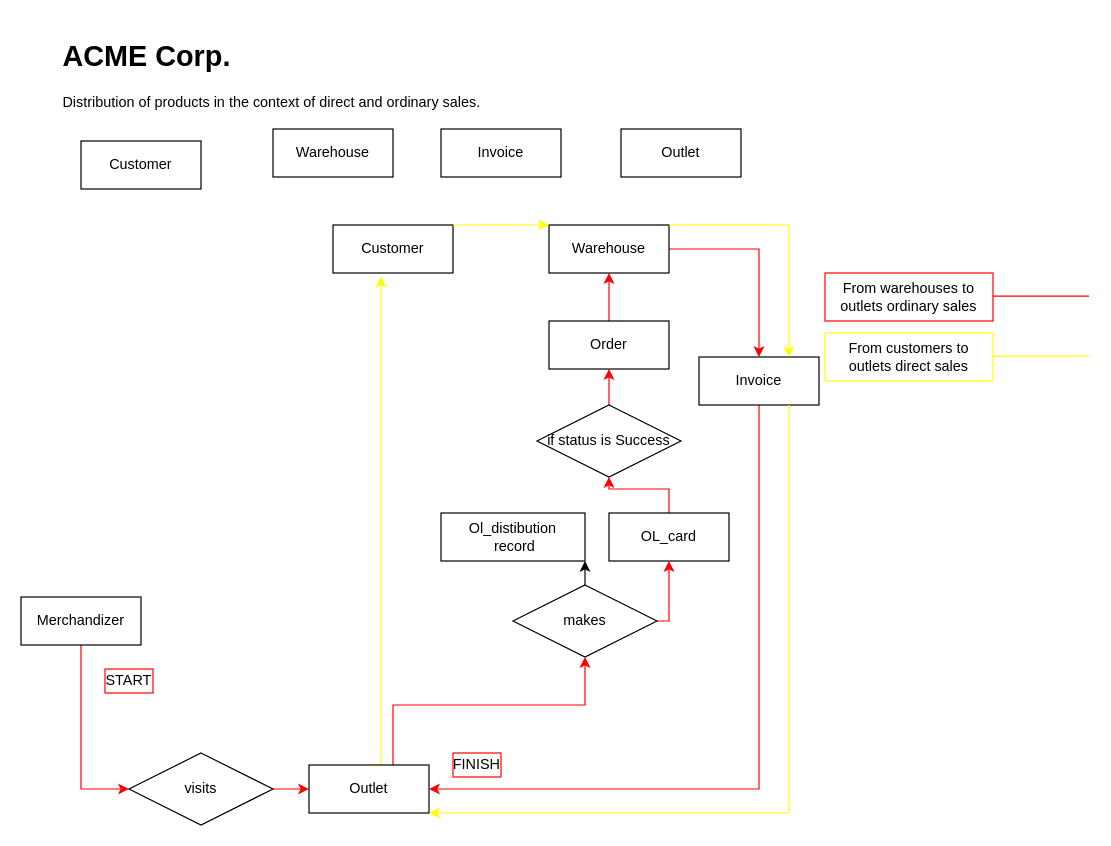
Before: Business process_17.drawio in Emma664/World-population, a draw.io diagram. Source tidied: cells renumbered, new cells numbered last; positions are measured from the earlier drawing's top-left corner, leaving out a move shared by most shapes. Both pictures are drawn from the tidied source at 120%, with x=0, y=0 at pixel (20, 32).
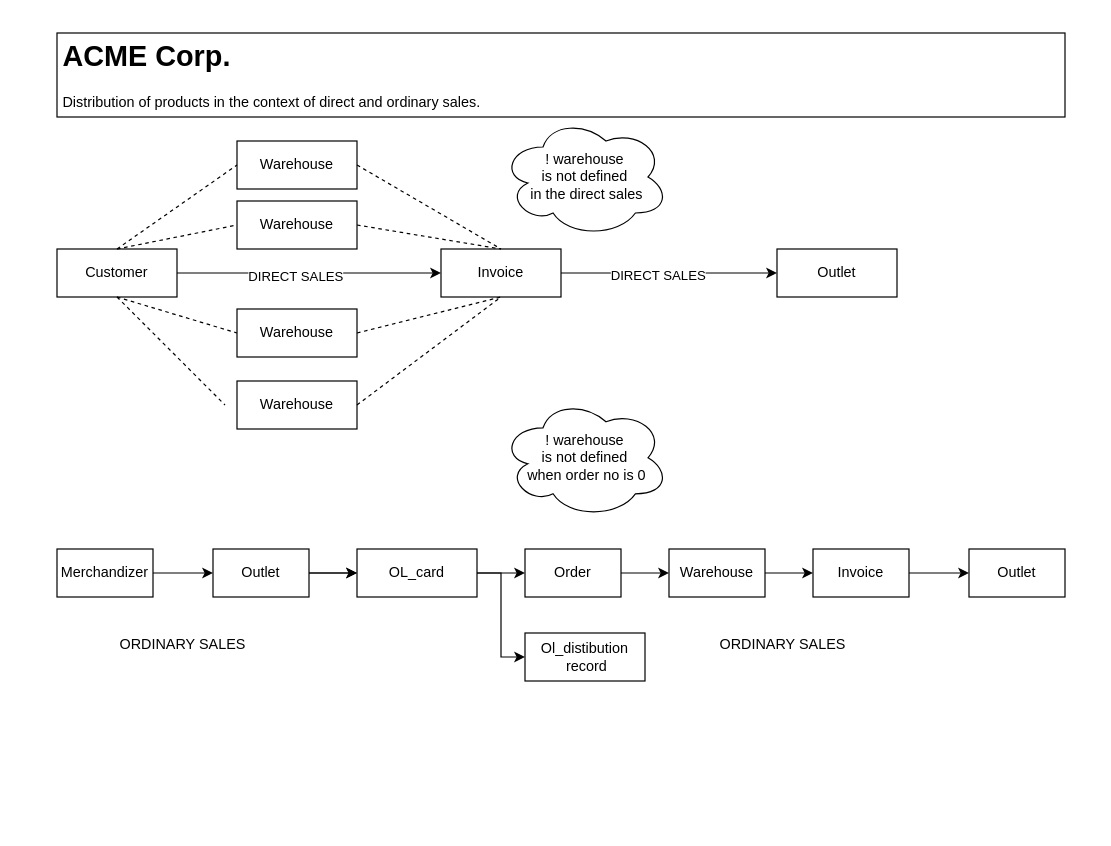
The same page after the edit.

What changed in the source:
```diff
@@
-    <mxCell id="2" style="edgeStyle=orthogonalEdgeStyle;rounded=0;jettySize=auto;html=1;strokeColor=#FF0000;entryX=0;entryY=0.5;entryDx=0;entryDy=0;" parent="1" edge="1" source="3" target="10">
-      <mxGeometry relative="1" as="geometry">
-        <Array as="points">
-          <mxPoint x="50" y="630" />
-        </Array>
-      </mxGeometry>
-    </mxCell>
+    <mxCell id="38" style="edgeStyle=orthogonalEdgeStyle;rounded=0;jettySize=auto;html=1;" parent="1" edge="1" source="3" target="22">
+      <mxGeometry relative="1" as="geometry" />
+    </mxCell>
     <mxCell id="3" value="Merchandizer" style="whiteSpace=wrap;html=1;align=center;" parent="1" vertex="1">
-      <mxGeometry y="470" width="100" height="40" as="geometry" />
+      <mxGeometry x="30" y="430" width="80" height="40" as="geometry" />
     </mxCell>
-    <mxCell id="4" style="edgeStyle=orthogonalEdgeStyle;rounded=0;jettySize=auto;html=1;strokeColor=#FF0000;" parent="1" edge="1" source="5" target="12">
-      <mxGeometry relative="1" as="geometry" />
-    </mxCell>
-    <mxCell id="5" value="OL_card" style="whiteSpace=wrap;html=1;align=center;" parent="1" vertex="1">
-      <mxGeometry x="490" y="400" width="100" height="40" as="geometry" />
-    </mxCell>
+    <mxCell id="39" style="edgeStyle=orthogonalEdgeStyle;rounded=0;jettySize=auto;html=1;" parent="1" edge="1" source="5" target="7">
+      <mxGeometry relative="1" as="geometry" />
+    </mxCell>
-    <mxCell id="6" style="edgeStyle=orthogonalEdgeStyle;rounded=0;jettySize=auto;html=1;entryX=0.5;entryY=1;entryDx=0;entryDy=0;strokeColor=#FF0000;" parent="1" edge="1" source="7" target="9">
+    <mxCell id="6" style="edgeStyle=orthogonalEdgeStyle;rounded=0;jettySize=auto;html=1;" parent="1" edge="1" source="7" target="9">
       <mxGeometry relative="1" as="geometry" />
     </mxCell>
     <mxCell id="7" value="Order" style="whiteSpace=wrap;html=1;align=center;" parent="1" vertex="1">
-      <mxGeometry x="440" y="240" width="100" height="40" as="geometry" />
+      <mxGeometry x="420" y="430" width="80" height="40" as="geometry" />
     </mxCell>
-    <mxCell id="8" style="edgeStyle=orthogonalEdgeStyle;rounded=0;jettySize=auto;html=1;entryX=0.5;entryY=0;entryDx=0;entryDy=0;strokeColor=#FF0000;" parent="1" edge="1" source="9" target="18">
-      <mxGeometry relative="1" as="geometry" />
-    </mxCell>
+    <mxCell id="40" style="edgeStyle=orthogonalEdgeStyle;rounded=0;jettySize=auto;html=1;entryX=0;entryY=0.5;entryDx=0;entryDy=0;" parent="1" edge="1" source="9" target="18">
+      <mxGeometry relative="1" as="geometry" />
+    </mxCell>
     <mxCell id="9" value="Warehouse" style="whiteSpace=wrap;html=1;align=center;" parent="1" vertex="1">
-      <mxGeometry x="440" y="160" width="100" height="40" as="geometry" />
+      <mxGeometry x="540" y="430" width="80" height="40" as="geometry" />
     </mxCell>
-    <mxCell id="10" value="visits" style="shape=rhombus;perimeter=rhombusPerimeter;whiteSpace=wrap;html=1;align=center;" parent="1" vertex="1">
-      <mxGeometry x="90" y="600" width="120" height="60" as="geometry" />
-    </mxCell>
-    <mxCell id="11" style="edgeStyle=orthogonalEdgeStyle;rounded=0;jettySize=auto;html=1;strokeColor=#FF0000;entryX=0.5;entryY=1;entryDx=0;entryDy=0;" parent="1" edge="1" source="12" target="7">
-      <mxGeometry relative="1" as="geometry" />
-    </mxCell>
-    <mxCell id="12" value="if status is Success" style="shape=rhombus;perimeter=rhombusPerimeter;whiteSpace=wrap;html=1;align=center;" parent="1" vertex="1">
-      <mxGeometry x="430" y="310" width="120" height="60" as="geometry" />
-    </mxCell>
     <mxCell id="13" value="Ol_distibution&lt;br&gt;&amp;nbsp;record" style="whiteSpace=wrap;html=1;" parent="1" vertex="1">
-      <mxGeometry x="350" y="400" width="120" height="40" as="geometry" />
+      <mxGeometry x="420" y="500" width="100" height="40" as="geometry" />
     </mxCell>
-    <mxCell id="14" style="edgeStyle=orthogonalEdgeStyle;rounded=0;jettySize=auto;html=1;entryX=0.5;entryY=1;entryDx=0;entryDy=0;strokeColor=#FF0000;" parent="1" edge="1" source="16" target="5">
-      <mxGeometry relative="1" as="geometry">
-        <Array as="points">
-          <mxPoint x="470" y="490" />
-          <mxPoint x="540" y="490" />
-        </Array>
-      </mxGeometry>
-    </mxCell>
-    <mxCell id="15" style="edgeStyle=orthogonalEdgeStyle;rounded=0;jettySize=auto;html=1;strokeColor=#000000;" parent="1" edge="1" source="16" target="13">
-      <mxGeometry relative="1" as="geometry">
-        <Array as="points">
-          <mxPoint x="410" y="480" />
-        </Array>
-      </mxGeometry>
-    </mxCell>
-    <mxCell id="16" value="makes" style="shape=rhombus;perimeter=rhombusPerimeter;whiteSpace=wrap;html=1;align=center;" parent="1" vertex="1">
-      <mxGeometry x="410" y="460" width="120" height="60" as="geometry" />
-    </mxCell>
-    <mxCell id="17" style="edgeStyle=orthogonalEdgeStyle;rounded=0;jettySize=auto;html=1;entryX=1;entryY=0.5;entryDx=0;entryDy=0;strokeColor=#FF0000;" parent="1" edge="1" source="18" target="22">
-      <mxGeometry relative="1" as="geometry">
-        <Array as="points">
-          <mxPoint x="615" y="630" />
-        </Array>
-      </mxGeometry>
-    </mxCell>
+    <mxCell id="41" style="edgeStyle=orthogonalEdgeStyle;rounded=0;jettySize=auto;html=1;" parent="1" edge="1" source="18" target="59">
+      <mxGeometry relative="1" as="geometry" />
+    </mxCell>
     <mxCell id="18" value="Invoice" style="whiteSpace=wrap;html=1;align=center;" parent="1" vertex="1">
-      <mxGeometry x="565" y="270" width="100" height="40" as="geometry" />
+      <mxGeometry x="660" y="430" width="80" height="40" as="geometry" />
     </mxCell>
-    <mxCell id="19" value="Customer" style="whiteSpace=wrap;html=1;align=center;" parent="1" vertex="1">
-      <mxGeometry x="260" y="160" width="100" height="40" as="geometry" />
-    </mxCell>
-    <mxCell id="20" style="edgeStyle=orthogonalEdgeStyle;rounded=0;jettySize=auto;html=1;entryX=0.5;entryY=1;entryDx=0;entryDy=0;strokeColor=#FF0000;" parent="1" edge="1" source="22" target="16">
-      <mxGeometry relative="1" as="geometry">
-        <Array as="points">
-          <mxPoint x="310" y="560" />
-          <mxPoint x="470" y="560" />
-        </Array>
-      </mxGeometry>
-    </mxCell>
-    <mxCell id="21" style="edgeStyle=orthogonalEdgeStyle;rounded=0;jettySize=auto;html=1;strokeColor=#FFFF00;exitX=0.5;exitY=0;exitDx=0;exitDy=0;" parent="1" edge="1" source="22">
-      <mxGeometry relative="1" as="geometry">
-        <mxPoint x="300" y="203" as="targetPoint" />
-        <Array as="points">
-          <mxPoint x="300" y="610" />
-          <mxPoint x="300" y="203" />
-        </Array>
-      </mxGeometry>
-    </mxCell>
+    <mxCell id="42" style="edgeStyle=orthogonalEdgeStyle;rounded=0;jettySize=auto;html=1;" parent="1" edge="1" source="22" target="5">
+      <mxGeometry relative="1" as="geometry" />
+    </mxCell>
     <mxCell id="22" value="Outlet" style="whiteSpace=wrap;html=1;align=center;" parent="1" vertex="1">
-      <mxGeometry x="240" y="610" width="100" height="40" as="geometry" />
+      <mxGeometry x="160" y="430" width="80" height="40" as="geometry" />
     </mxCell>
-    <mxCell id="23" style="edgeStyle=orthogonalEdgeStyle;rounded=0;jettySize=auto;html=1;strokeColor=#FF0000;" parent="1" edge="1" source="10" target="22">
-      <mxGeometry relative="1" as="geometry" />
-    </mxCell>
-    <mxCell id="24" value="START" style="text;html=1;strokeColor=#FF0000;fillColor=none;align=center;verticalAlign=middle;whiteSpace=wrap;rounded=0;" parent="1" vertex="1">
-      <mxGeometry x="70" y="530" width="40" height="20" as="geometry" />
-    </mxCell>
-    <mxCell id="25" value="FINISH" style="text;html=1;strokeColor=#FF0000;fillColor=none;align=center;verticalAlign=middle;whiteSpace=wrap;rounded=0;" parent="1" vertex="1">
-      <mxGeometry x="360" y="600" width="40" height="20" as="geometry" />
-    </mxCell>
-    <mxCell id="26" value="From warehouses to outlets ordinary sales" style="text;html=1;strokeColor=#FF0000;fillColor=none;align=center;verticalAlign=middle;whiteSpace=wrap;rounded=0;" parent="1" vertex="1">
-      <mxGeometry x="670" y="200" width="140" height="40" as="geometry" />
-    </mxCell>
-    <mxCell id="27" style="endArrow=none;html=1;strokeColor=#FF0000;" parent="1" edge="1">
-      <mxGeometry relative="1" as="geometry">
-        <mxPoint x="810" y="219.3" as="sourcePoint" />
-        <mxPoint x="890" y="219.3" as="targetPoint" />
-        <Array as="points">
-          <mxPoint x="840" y="219.3" />
-        </Array>
-      </mxGeometry>
-    </mxCell>
-    <mxCell id="28" value="From customers to outlets direct sales" style="text;html=1;strokeColor=#FFFF00;fillColor=none;align=center;verticalAlign=middle;whiteSpace=wrap;rounded=0;" parent="1" vertex="1">
-      <mxGeometry x="670" y="250" width="140" height="40" as="geometry" />
-    </mxCell>
-    <mxCell id="29" style="endArrow=none;html=1;strokeColor=#FFFF00;" parent="1" edge="1">
-      <mxGeometry relative="1" as="geometry">
-        <mxPoint x="810" y="269.2" as="sourcePoint" />
-        <mxPoint x="890" y="269.2" as="targetPoint" />
-        <Array as="points">
-          <mxPoint x="840" y="269.2" />
-        </Array>
-      </mxGeometry>
-    </mxCell>
-    <mxCell id="30" style="edgeStyle=orthogonalEdgeStyle;rounded=0;jettySize=auto;html=1;strokeColor=#FFFF00;exitX=1;exitY=0;exitDx=0;exitDy=0;entryX=0;entryY=0;entryDx=0;entryDy=0;" parent="1" edge="1" source="19" target="9">
-      <mxGeometry relative="1" as="geometry">
-        <Array as="points">
-          <mxPoint x="400" y="160" />
-          <mxPoint x="400" y="160" />
-        </Array>
-      </mxGeometry>
-    </mxCell>
-    <mxCell id="31" style="edgeStyle=orthogonalEdgeStyle;rounded=0;jettySize=auto;html=1;strokeColor=#FFFF00;exitX=1;exitY=0;exitDx=0;exitDy=0;entryX=0.75;entryY=0;entryDx=0;entryDy=0;" parent="1" edge="1" source="9" target="18">
-      <mxGeometry relative="1" as="geometry">
-        <Array as="points">
-          <mxPoint x="640" y="160" />
-        </Array>
-      </mxGeometry>
-    </mxCell>
-    <mxCell id="32" style="edgeStyle=orthogonalEdgeStyle;rounded=0;jettySize=auto;html=1;strokeColor=#FFFF00;exitX=0.75;exitY=1;exitDx=0;exitDy=0;entryX=1;entryY=1;entryDx=0;entryDy=0;" parent="1" edge="1" source="18" target="22">
-      <mxGeometry relative="1" as="geometry">
-        <Array as="points">
-          <mxPoint x="640" y="650" />
-        </Array>
-      </mxGeometry>
-    </mxCell>
     <mxCell id="33" value="Outlet" style="whiteSpace=wrap;html=1;align=center;" parent="1" vertex="1">
-      <mxGeometry x="500" y="80" width="100" height="40" as="geometry" />
+      <mxGeometry x="630" y="180" width="100" height="40" as="geometry" />
     </mxCell>
+    <mxCell id="43" style="edgeStyle=orthogonalEdgeStyle;rounded=0;jettySize=auto;html=1;" parent="1" edge="1" source="34" target="33">
+      <mxGeometry relative="1" as="geometry" />
+    </mxCell>
+    <mxCell id="44" value="DIRECT SALES" style="edgeLabel;html=1;align=center;verticalAlign=middle;" parent="43" vertex="1">
+      <mxGeometry x="-0.11" y="-1" relative="1" as="geometry" />
+    </mxCell>
     <mxCell id="34" value="Invoice" style="whiteSpace=wrap;html=1;align=center;" parent="1" vertex="1">
-      <mxGeometry x="350" y="80" width="100" height="40" as="geometry" />
+      <mxGeometry x="350" y="180" width="100" height="40" as="geometry" />
     </mxCell>
     <mxCell id="35" value="Warehouse" style="whiteSpace=wrap;html=1;align=center;" parent="1" vertex="1">
-      <mxGeometry x="210" y="80" width="100" height="40" as="geometry" />
+      <mxGeometry x="180" y="90" width="100" height="40" as="geometry" />
     </mxCell>
+    <mxCell id="45" style="edgeStyle=orthogonalEdgeStyle;rounded=0;jettySize=auto;html=1;entryX=0;entryY=0.5;entryDx=0;entryDy=0;" parent="1" edge="1" source="36" target="34">
+      <mxGeometry relative="1" as="geometry" />
+    </mxCell>
+    <mxCell id="46" value="DIRECT SALES" style="edgeLabel;html=1;align=center;verticalAlign=middle;" parent="45" vertex="1">
+      <mxGeometry x="-0.11" y="-2" relative="1" as="geometry" />
+    </mxCell>
     <mxCell id="36" value="Customer" style="whiteSpace=wrap;html=1;align=center;" parent="1" vertex="1">
-      <mxGeometry x="50" y="90" width="100" height="40" as="geometry" />
+      <mxGeometry x="30" y="180" width="100" height="40" as="geometry" />
     </mxCell>
-    <mxCell id="37" value="&lt;h1&gt;ACME Corp.&lt;/h1&gt;&lt;p&gt;Distribution of products in the context of direct and ordinary sales.&lt;/p&gt;" style="text;html=1;strokeColor=none;fillColor=none;spacing=5;spacingTop=-20;whiteSpace=wrap;overflow=hidden;rounded=0;" parent="1" vertex="1">
+    <mxCell id="37" value="&lt;h1&gt;ACME Corp.&lt;/h1&gt;&lt;p&gt;Distribution of products in the context of direct and ordinary sales.&lt;/p&gt;" style="text;html=1;strokeColor=#000000;fillColor=none;spacing=5;spacingTop=-20;whiteSpace=wrap;overflow=hidden;rounded=0;" parent="1" vertex="1">
       <mxGeometry x="30" width="840" height="70" as="geometry" />
     </mxCell>
+    <mxCell id="47" value="Warehouse" style="whiteSpace=wrap;html=1;align=center;" parent="1" vertex="1">
+      <mxGeometry x="180" y="140" width="100" height="40" as="geometry" />
+    </mxCell>
+    <mxCell id="48" value="Warehouse" style="whiteSpace=wrap;html=1;align=center;" parent="1" vertex="1">
+      <mxGeometry x="180" y="230" width="100" height="40" as="geometry" />
+    </mxCell>
+    <mxCell id="49" value="Warehouse" style="whiteSpace=wrap;html=1;align=center;" parent="1" vertex="1">
+      <mxGeometry x="180" y="290" width="100" height="40" as="geometry" />
+    </mxCell>
+    <mxCell id="50" style="endArrow=none;dashed=1;html=1;exitX=0.5;exitY=1;exitDx=0;exitDy=0;entryX=0;entryY=0.5;entryDx=0;entryDy=0;" parent="1" edge="1" source="36" target="48">
+      <mxGeometry relative="1" as="geometry" />
+    </mxCell>
+    <mxCell id="51" style="endArrow=none;dashed=1;html=1;entryX=0;entryY=0.5;entryDx=0;entryDy=0;exitX=0.5;exitY=0;exitDx=0;exitDy=0;" parent="1" edge="1" source="36" target="35">
+      <mxGeometry relative="1" as="geometry" />
+    </mxCell>
+    <mxCell id="52" style="endArrow=none;dashed=1;html=1;exitX=0.5;exitY=1;exitDx=0;exitDy=0;" parent="1" edge="1" source="36">
+      <mxGeometry relative="1" as="geometry">
+        <mxPoint x="170" y="310" as="targetPoint" />
+      </mxGeometry>
+    </mxCell>
+    <mxCell id="53" style="endArrow=none;dashed=1;html=1;entryX=0;entryY=0.5;entryDx=0;entryDy=0;exitX=0.5;exitY=0;exitDx=0;exitDy=0;" parent="1" edge="1" source="36" target="47">
+      <mxGeometry relative="1" as="geometry" />
+    </mxCell>
+    <mxCell id="54" style="endArrow=none;dashed=1;html=1;exitX=1;exitY=0.5;exitDx=0;exitDy=0;entryX=0.5;entryY=1;entryDx=0;entryDy=0;" parent="1" edge="1" source="49" target="34">
+      <mxGeometry relative="1" as="geometry" />
+    </mxCell>
+    <mxCell id="55" style="endArrow=none;dashed=1;html=1;exitX=1;exitY=0.5;exitDx=0;exitDy=0;entryX=0.5;entryY=1;entryDx=0;entryDy=0;" parent="1" edge="1" source="48" target="34">
+      <mxGeometry relative="1" as="geometry" />
+    </mxCell>
+    <mxCell id="56" style="endArrow=none;dashed=1;html=1;exitX=1;exitY=0.5;exitDx=0;exitDy=0;entryX=0.5;entryY=0;entryDx=0;entryDy=0;" parent="1" edge="1" source="47" target="34">
+      <mxGeometry relative="1" as="geometry" />
+    </mxCell>
+    <mxCell id="57" style="endArrow=none;dashed=1;html=1;exitX=1;exitY=0.5;exitDx=0;exitDy=0;entryX=0.5;entryY=0;entryDx=0;entryDy=0;" parent="1" edge="1" source="35" target="34">
+      <mxGeometry relative="1" as="geometry" />
+    </mxCell>
+    <mxCell id="58" value="! warehouse &lt;br&gt;is not defined&lt;br&gt;&amp;nbsp;in the direct sales" style="ellipse;shape=cloud;whiteSpace=wrap;html=1;strokeColor=#000000;" parent="1" vertex="1">
+      <mxGeometry x="400" y="70" width="140" height="100" as="geometry" />
+    </mxCell>
+    <mxCell id="59" value="Outlet" style="whiteSpace=wrap;html=1;align=center;" parent="1" vertex="1">
+      <mxGeometry x="790" y="430" width="80" height="40" as="geometry" />
+    </mxCell>
+    <mxCell id="60" style="edgeStyle=orthogonalEdgeStyle;rounded=0;jettySize=auto;html=1;entryX=0;entryY=0.5;entryDx=0;entryDy=0;exitX=1;exitY=0.5;exitDx=0;exitDy=0;" parent="1" edge="1" source="5" target="13">
+      <mxGeometry relative="1" as="geometry" />
+    </mxCell>
+    <mxCell id="61" style="edgeStyle=orthogonalEdgeStyle;rounded=0;orthogonalLoop=1;jettySize=auto;html=1;exitX=0.5;exitY=1;exitDx=0;exitDy=0;" parent="1" edge="1" source="9" target="9">
+      <mxGeometry relative="1" as="geometry" />
+    </mxCell>
+    <mxCell id="62" value="ORDINARY SALES" style="text;html=1;strokeColor=none;fillColor=none;align=center;verticalAlign=middle;whiteSpace=wrap;rounded=0;" parent="1" vertex="1">
+      <mxGeometry x="560" y="500" width="150" height="20" as="geometry" />
+    </mxCell>
+    <mxCell id="63" value="ORDINARY SALES" style="text;html=1;strokeColor=none;fillColor=none;align=center;verticalAlign=middle;whiteSpace=wrap;rounded=0;" parent="1" vertex="1">
+      <mxGeometry x="60" y="500" width="150" height="20" as="geometry" />
+    </mxCell>
+    <mxCell id="64" value="! warehouse &lt;br&gt;is not defined&lt;br&gt;&amp;nbsp;when order no is 0" style="ellipse;shape=cloud;whiteSpace=wrap;html=1;strokeColor=#000000;" parent="1" vertex="1">
+      <mxGeometry x="400" y="304" width="140" height="100" as="geometry" />
+    </mxCell>
+    <mxCell id="5" value="OL_card" style="whiteSpace=wrap;html=1;align=center;" parent="1" vertex="1">
+      <mxGeometry x="280" y="430" width="100" height="40" as="geometry" />
+    </mxCell>
+    <mxCell id="65" style="edgeStyle=orthogonalEdgeStyle;rounded=0;jettySize=auto;html=1;entryX=0;entryY=0.5;entryDx=0;entryDy=0;exitX=1;exitY=0.5;exitDx=0;exitDy=0;" parent="1" edge="1" source="22" target="5">
+      <mxGeometry relative="1" as="geometry" />
+    </mxCell>
```
